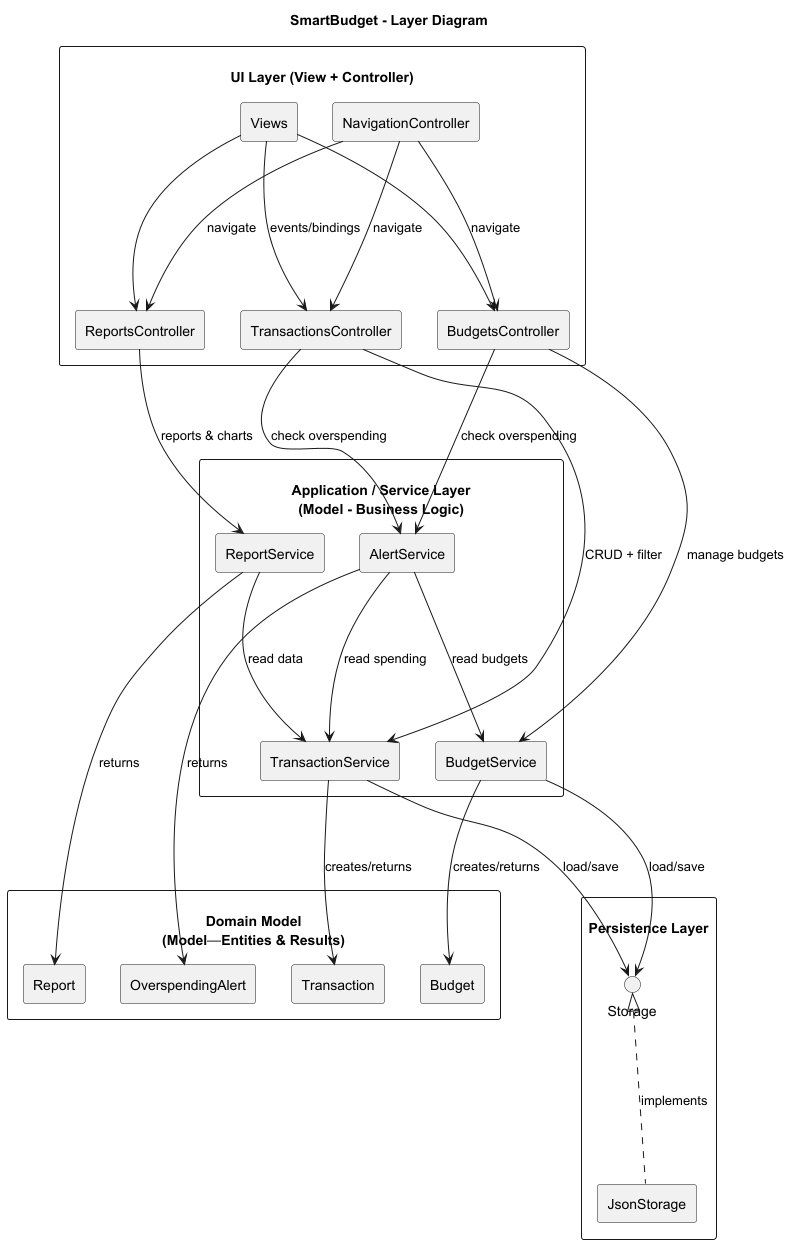
This is docs/diagrams/layer diagram/Layer_Diagram.png from mohsenpasdar/smartbudget, a PlantUML export, as it was before one commit. Its diagram source:
```plantuml
@startuml
title SmartBudget - Layer Diagram

skinparam componentStyle rectangle
skinparam packageStyle rectangle
skinparam linetype line
skinparam ranksep 150

package "\nUI Layer (View + Controller)" as UI {
  [Views] as Views

  [TransactionsController] as TxCtrl
  [BudgetsController] as BudCtrl
  [ReportsController] as RepCtrl
  [NavigationController] as NavCtrl
}

package "\nApplication / Service Layer\n(Model - Business Logic)" as SVC {
  [TransactionService] as TxSvc
  [BudgetService] as BudSvc
  [ReportService] as RepSvc
  [AlertService] as AlertSvc
}

package "\nDomain Model\n(Model—Entities & Results)" as DOMAIN {
  [Transaction] as Tx
  [Budget] as Bud


  [Report] as Report
  [OverspendingAlert] as Alert
}

package "\nPersistence Layer" as PERSIST {
  interface "Storage" as Storage
  [JsonStorage] as JsonStore
}

TxCtrl --> TxSvc : CRUD + filter
TxCtrl --> AlertSvc : check overspending

BudCtrl --> BudSvc : manage budgets
BudCtrl --> AlertSvc : check overspending

RepCtrl --> RepSvc : reports & charts

NavCtrl --> TxCtrl : navigate
NavCtrl --> BudCtrl : navigate
NavCtrl --> RepCtrl : navigate

Views --> TxCtrl : events/bindings
Views --> BudCtrl
Views --> RepCtrl

TxSvc --> Tx : creates/returns
BudSvc --> Bud : creates/returns
RepSvc --> Report : returns
AlertSvc --> Alert : returns

RepSvc --> TxSvc : read data
AlertSvc --> BudSvc : read budgets
AlertSvc --> TxSvc : read spending

TxSvc --> Storage : load/save
BudSvc --> Storage : load/save
Storage <|.. JsonStore : implements

@enduml
```
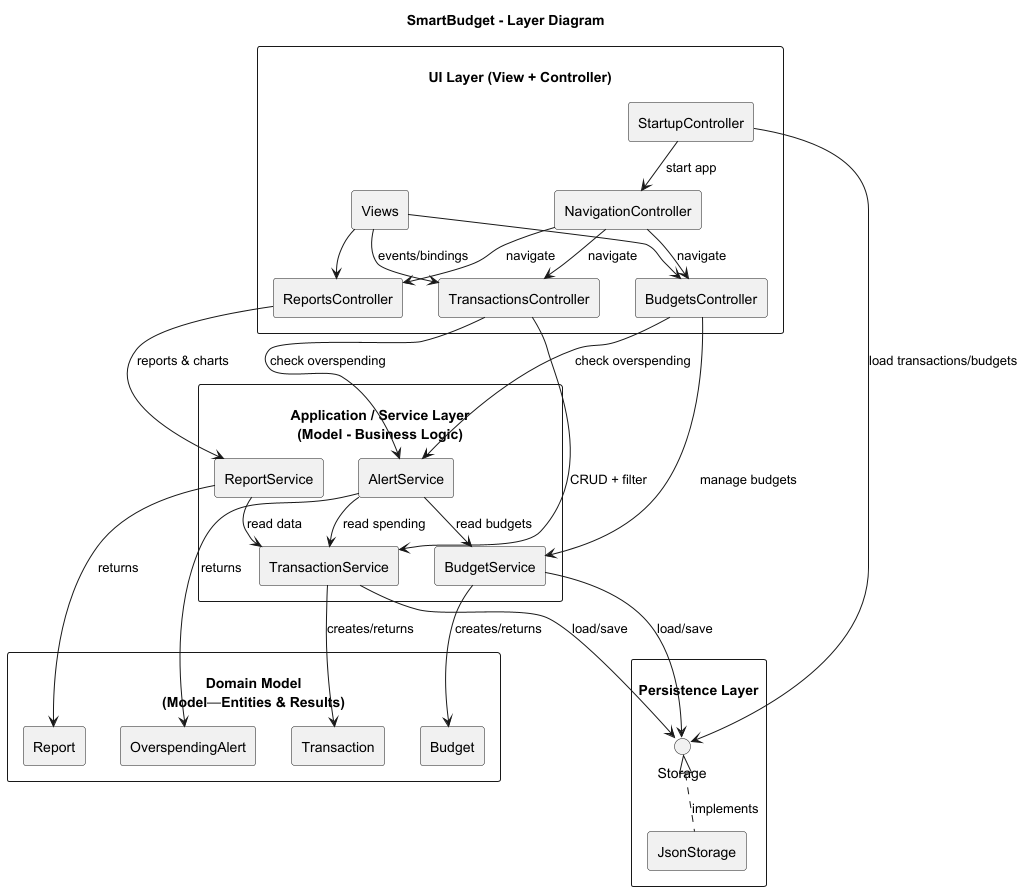
The same diagram one commit later.

Commit message:
make layer diagram consistent with other diagrams and update png file

Diff of the diagram source:
```diff
@@ -4,7 +4,7 @@
 skinparam componentStyle rectangle
 skinparam packageStyle rectangle
 skinparam linetype line
-skinparam ranksep 150
+skinparam ranksep 30
 
 package "\nUI Layer (View + Controller)" as UI {
   [Views] as Views
@@ -13,6 +13,7 @@
   [BudgetsController] as BudCtrl
   [ReportsController] as RepCtrl
   [NavigationController] as NavCtrl
+  [StartupController] as StartCtrl
 }
 
 package "\nApplication / Service Layer\n(Model - Business Logic)" as SVC {
@@ -48,6 +49,9 @@
 NavCtrl --> BudCtrl : navigate
 NavCtrl --> RepCtrl : navigate
 
+StartCtrl --> Storage : load transactions/budgets
+StartCtrl --> NavCtrl : start app
+
 Views --> TxCtrl : events/bindings
 Views --> BudCtrl
 Views --> RepCtrl
```
